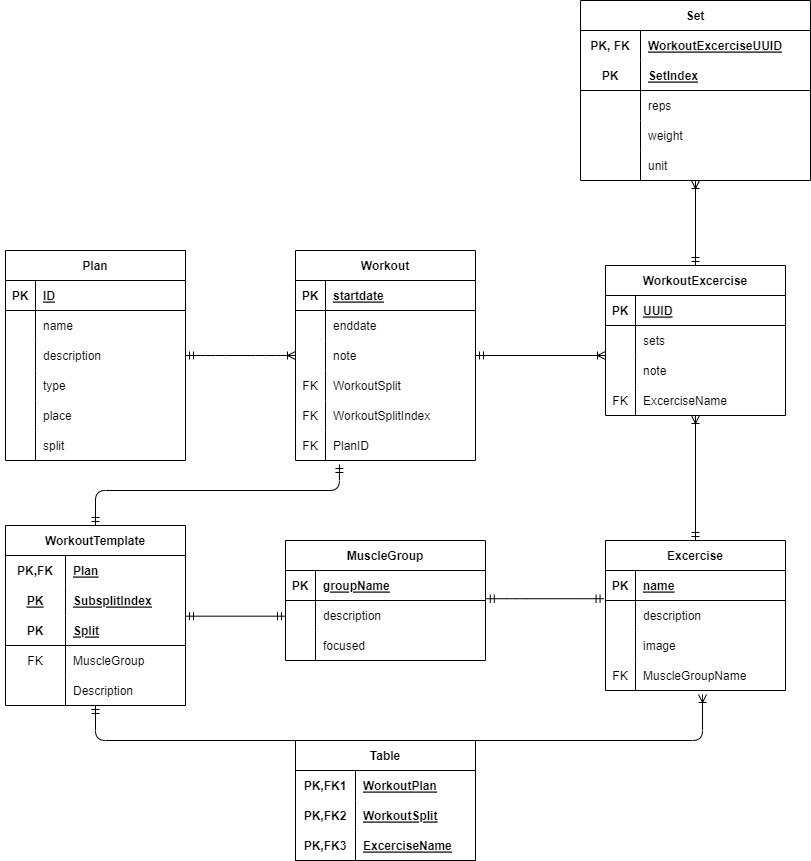
Before: documentation/erm.png, a diagram exported from draw.io (Patsch36/SweatFlix). Source tidied: cells renumbered, new cells last; positions are measured from the earlier drawing's top-left corner, leaving out a move shared by most shapes.
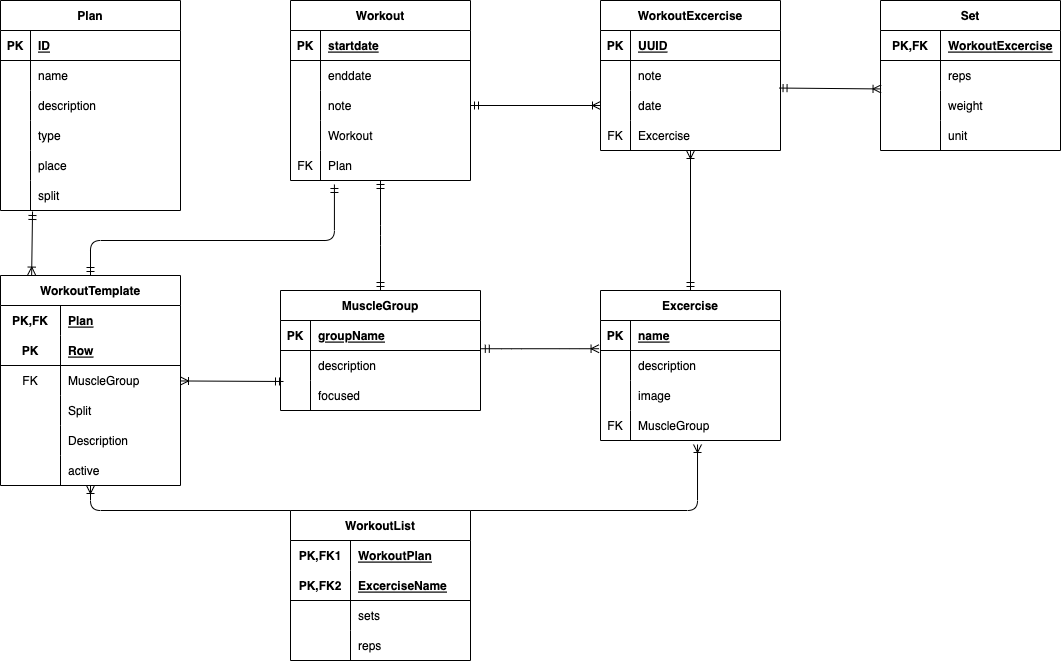
The same file after the commit.

Change to the diagram source:
```diff
@@ -5,3 +5,3 @@
     <mxCell id="2" style="shape=tableRow;horizontal=0;startSize=0;swimlaneHead=0;swimlaneBody=0;fillColor=none;top=0;left=0;right=0;bottom=0;" parent="1" vertex="1">
-      <mxGeometry y="220" width="180" as="geometry" />
+      <mxGeometry x="5" y="370" width="180" as="geometry" />
     </mxCell>
@@ -68,3 +68,3 @@
     <mxCell id="23" value="Workout" style="shape=table;startSize=30;rowLines=0;fontStyle=1;align=center;" parent="1" vertex="1">
-      <mxGeometry x="295" y="250" width="180" height="210" as="geometry" />
+      <mxGeometry x="295" y="250" width="180" height="180" as="geometry" />
     </mxCell>
@@ -100,19 +100,10 @@
     </mxCell>
-    <mxCell id="34" value="FK" style="shape=partialRectangle;fillColor=none;top=0;left=0;bottom=0;right=0;overflow=hidden;" parent="33" vertex="1">
+    <mxCell id="34" style="shape=partialRectangle;fillColor=none;top=0;left=0;bottom=0;right=0;overflow=hidden;" parent="33" vertex="1">
       <mxGeometry width="30" height="30" as="geometry" />
     </mxCell>
-    <mxCell id="35" value="WorkoutSplit" style="shape=partialRectangle;fillColor=none;top=0;left=0;bottom=0;right=0;align=left;spacingLeft=6;overflow=hidden;" parent="33" vertex="1">
+    <mxCell id="35" value="Workout" style="shape=partialRectangle;fillColor=none;top=0;left=0;bottom=0;right=0;align=left;spacingLeft=6;overflow=hidden;" parent="33" vertex="1">
       <mxGeometry x="30" width="150" height="30" as="geometry" />
     </mxCell>
-    <mxCell id="36" style="shape=tableRow;horizontal=0;startSize=0;swimlaneHead=0;swimlaneBody=0;fillColor=none;top=0;left=0;right=0;bottom=0;" parent="23" vertex="1">
-      <mxGeometry y="150" width="180" height="30" as="geometry" />
-    </mxCell>
-    <mxCell id="37" value="FK" style="shape=partialRectangle;fillColor=none;top=0;left=0;bottom=0;right=0;fontStyle=0;overflow=hidden;" parent="36" vertex="1">
-      <mxGeometry width="30" height="30" as="geometry" />
-    </mxCell>
-    <mxCell id="38" value="WorkoutSplitIndex" style="shape=partialRectangle;fillColor=none;top=0;left=0;bottom=0;right=0;align=left;spacingLeft=6;fontStyle=0;overflow=hidden;" parent="36" vertex="1">
-      <mxGeometry x="30" width="150" height="30" as="geometry" />
-    </mxCell>
     <mxCell id="39" style="shape=tableRow;horizontal=0;startSize=0;swimlaneHead=0;swimlaneBody=0;fillColor=none;points=[[0,0.5],[1,0.5]];portConstraint=eastwest;top=0;left=0;right=0;bottom=0;" parent="23" vertex="1">
-      <mxGeometry y="180" width="180" height="30" as="geometry" />
+      <mxGeometry y="150" width="180" height="30" as="geometry" />
     </mxCell>
@@ -121,9 +112,7 @@
     </mxCell>
-    <mxCell id="41" value="PlanID" style="shape=partialRectangle;fillColor=none;top=0;left=0;bottom=0;right=0;align=left;spacingLeft=6;overflow=hidden;" parent="39" vertex="1">
+    <mxCell id="41" value="Plan" style="shape=partialRectangle;fillColor=none;top=0;left=0;bottom=0;right=0;align=left;spacingLeft=6;overflow=hidden;" parent="39" vertex="1">
       <mxGeometry x="30" width="150" height="30" as="geometry" />
     </mxCell>
-    <mxCell id="42" style="edgeStyle=entityRelationEdgeStyle;fontSize=12;html=1;endArrow=ERoneToMany;exitX=1;exitY=0.5;exitDx=0;exitDy=0;entryX=0;entryY=0.5;entryDx=0;entryDy=0;startArrow=ERmandOne;startFill=0;" parent="1" edge="1" source="11">
-      <mxGeometry relative="1" as="geometry">
-        <mxPoint x="295" y="355" as="targetPoint" />
-      </mxGeometry>
+    <mxCell id="42" style="fontSize=12;html=1;endArrow=ERoneToMany;exitX=0.178;exitY=1.033;exitDx=0;exitDy=0;startArrow=ERmandOne;startFill=0;exitPerimeter=0;entryX=0.173;entryY=-0.002;entryDx=0;entryDy=0;entryPerimeter=0;" parent="1" edge="1" source="20" target="102">
+      <mxGeometry relative="1" as="geometry" />
     </mxCell>
@@ -159,2 +148,7 @@
     </mxCell>
+    <mxCell id="128" style="fontSize=12;html=1;endArrow=ERmandOne;startArrow=ERmandOne;exitX=0.5;exitY=0;exitDx=0;exitDy=0;elbow=vertical;edgeStyle=elbowEdgeStyle;" parent="1" edge="1" source="43">
+      <mxGeometry relative="1" as="geometry">
+        <mxPoint x="385" y="430" as="targetPoint" />
+      </mxGeometry>
+    </mxCell>
     <mxCell id="53" value="Excercise" style="shape=table;startSize=30;rowLines=0;fontStyle=1;align=center;" parent="1" vertex="1">
@@ -195,6 +189,6 @@
     </mxCell>
-    <mxCell id="65" value="MuscleGroupName" style="shape=partialRectangle;fillColor=none;top=0;left=0;bottom=0;right=0;align=left;spacingLeft=6;overflow=hidden;" parent="63" vertex="1">
+    <mxCell id="65" value="MuscleGroup" style="shape=partialRectangle;fillColor=none;top=0;left=0;bottom=0;right=0;align=left;spacingLeft=6;overflow=hidden;" parent="63" vertex="1">
       <mxGeometry x="30" width="150" height="30" as="geometry" />
     </mxCell>
-    <mxCell id="66" style="edgeStyle=entityRelationEdgeStyle;fontSize=12;html=1;endArrow=ERmandOne;startArrow=ERmandOne;elbow=vertical;exitX=1.004;exitY=-0.059;exitDx=0;exitDy=0;exitPerimeter=0;entryX=-0.008;entryY=0.941;entryDx=0;entryDy=0;entryPerimeter=0;" parent="1" edge="1" source="47" target="54">
+    <mxCell id="66" style="edgeStyle=entityRelationEdgeStyle;fontSize=12;html=1;endArrow=ERoneToMany;startArrow=ERmandOne;elbow=vertical;exitX=1.004;exitY=-0.059;exitDx=0;exitDy=0;exitPerimeter=0;entryX=-0.008;entryY=0.941;entryDx=0;entryDy=0;entryPerimeter=0;endFill=0;" parent="1" edge="1" source="47" target="54">
       <mxGeometry relative="1" as="geometry" />
@@ -205,3 +199,3 @@
     <mxCell id="68" value="WorkoutExcercise" style="shape=table;startSize=30;rowLines=0;fontStyle=1;align=center;" parent="1" vertex="1">
-      <mxGeometry x="605" y="265" width="180" height="150" as="geometry" />
+      <mxGeometry x="605" y="250" width="180" height="150" as="geometry" />
     </mxCell>
@@ -216,13 +210,4 @@
     </mxCell>
-    <mxCell id="72" style="shape=tableRow;horizontal=0;startSize=0;swimlaneHead=0;swimlaneBody=0;fillColor=none;top=0;left=0;right=0;bottom=0;" parent="68" vertex="1">
-      <mxGeometry y="60" width="180" height="30" as="geometry" />
-    </mxCell>
-    <mxCell id="73" style="shape=partialRectangle;fillColor=none;top=0;left=0;bottom=0;right=0;overflow=hidden;" parent="72" vertex="1">
-      <mxGeometry width="30" height="30" as="geometry" />
-    </mxCell>
-    <mxCell id="74" value="sets" style="shape=partialRectangle;fillColor=none;top=0;left=0;bottom=0;right=0;align=left;spacingLeft=6;overflow=hidden;" parent="72" vertex="1">
-      <mxGeometry x="30" width="150" height="30" as="geometry" />
-    </mxCell>
     <mxCell id="75" style="shape=tableRow;horizontal=0;startSize=0;swimlaneHead=0;swimlaneBody=0;fillColor=none;top=0;left=0;right=0;bottom=0;" parent="68" vertex="1">
-      <mxGeometry y="90" width="180" height="30" as="geometry" />
+      <mxGeometry y="60" width="180" height="30" as="geometry" />
     </mxCell>
@@ -234,2 +219,11 @@
     </mxCell>
+    <mxCell id="129" style="shape=tableRow;horizontal=0;startSize=0;swimlaneHead=0;swimlaneBody=0;fillColor=none;top=0;left=0;right=0;bottom=0;" parent="68" vertex="1">
+      <mxGeometry y="90" width="180" height="30" as="geometry" />
+    </mxCell>
+    <mxCell id="73" style="shape=partialRectangle;fillColor=none;top=0;left=0;bottom=0;right=0;overflow=hidden;" parent="129" vertex="1">
+      <mxGeometry width="30" height="30" as="geometry" />
+    </mxCell>
+    <mxCell id="130" value="date" style="shape=partialRectangle;fillColor=none;top=0;left=0;bottom=0;right=0;align=left;spacingLeft=6;overflow=hidden;" parent="129" vertex="1">
+      <mxGeometry x="30" width="150" height="30" as="geometry" />
+    </mxCell>
     <mxCell id="78" style="shape=tableRow;horizontal=0;startSize=0;swimlaneHead=0;swimlaneBody=0;fillColor=none;top=0;left=0;right=0;bottom=0;" parent="68" vertex="1">
@@ -240,3 +234,3 @@
     </mxCell>
-    <mxCell id="80" value="ExcerciseName" style="shape=partialRectangle;fillColor=none;top=0;left=0;bottom=0;right=0;align=left;spacingLeft=6;overflow=hidden;" parent="78" vertex="1">
+    <mxCell id="80" value="Excercise" style="shape=partialRectangle;fillColor=none;top=0;left=0;bottom=0;right=0;align=left;spacingLeft=6;overflow=hidden;" parent="78" vertex="1">
       <mxGeometry x="30" width="150" height="30" as="geometry" />
@@ -249,24 +243,15 @@
     <mxCell id="82" value="Set" style="shape=table;startSize=30;rowLines=0;fontStyle=1;align=center;" parent="1" vertex="1">
-      <mxGeometry x="580" width="230" height="180" as="geometry" />
+      <mxGeometry x="885" y="250" width="180" height="150" as="geometry" />
     </mxCell>
-    <mxCell id="83" style="shape=tableRow;horizontal=0;startSize=0;swimlaneHead=0;swimlaneBody=0;fillColor=none;top=0;left=0;right=0;bottom=0;" parent="82" vertex="1">
-      <mxGeometry y="30" width="230" height="30" as="geometry" />
-    </mxCell>
-    <mxCell id="84" value="PK, FK" style="shape=partialRectangle;fillColor=none;top=0;left=0;bottom=0;right=0;fontStyle=1;overflow=hidden;" parent="83" vertex="1">
-      <mxGeometry width="60" height="30" as="geometry" />
-    </mxCell>
-    <mxCell id="85" value="WorkoutExcerciseUUID" style="shape=partialRectangle;fillColor=none;top=0;left=0;bottom=0;right=0;align=left;spacingLeft=6;fontStyle=5;overflow=hidden;" parent="83" vertex="1">
-      <mxGeometry x="60" width="170" height="30" as="geometry" />
-    </mxCell>
     <mxCell id="86" style="shape=tableRow;horizontal=0;startSize=0;swimlaneHead=0;swimlaneBody=0;fillColor=none;top=0;left=0;right=0;bottom=1;" parent="82" vertex="1">
-      <mxGeometry y="60" width="230" height="30" as="geometry" />
+      <mxGeometry y="30" width="180" height="30" as="geometry" />
     </mxCell>
-    <mxCell id="87" value="PK" style="shape=partialRectangle;fillColor=none;top=0;left=0;bottom=0;right=0;fontStyle=1;overflow=hidden;" parent="86" vertex="1">
+    <mxCell id="87" value="PK,FK" style="shape=partialRectangle;fillColor=none;top=0;left=0;bottom=0;right=0;fontStyle=1;overflow=hidden;" parent="86" vertex="1">
       <mxGeometry width="60" height="30" as="geometry" />
     </mxCell>
-    <mxCell id="88" value="SetIndex" style="shape=partialRectangle;fillColor=none;top=0;left=0;bottom=0;right=0;align=left;spacingLeft=6;fontStyle=5;overflow=hidden;" parent="86" vertex="1">
-      <mxGeometry x="60" width="170" height="30" as="geometry" />
+    <mxCell id="88" value="WorkoutExcercise" style="shape=partialRectangle;fillColor=none;top=0;left=0;bottom=0;right=0;align=left;spacingLeft=6;fontStyle=5;overflow=hidden;" parent="86" vertex="1">
+      <mxGeometry x="60" width="120" height="30" as="geometry" />
     </mxCell>
     <mxCell id="89" style="shape=tableRow;horizontal=0;startSize=0;swimlaneHead=0;swimlaneBody=0;fillColor=none;top=0;left=0;right=0;bottom=0;" parent="82" vertex="1">
-      <mxGeometry y="90" width="230" height="30" as="geometry" />
+      <mxGeometry y="60" width="180" height="30" as="geometry" />
     </mxCell>
@@ -276,6 +261,6 @@
     <mxCell id="91" value="reps" style="shape=partialRectangle;fillColor=none;top=0;left=0;bottom=0;right=0;align=left;spacingLeft=6;overflow=hidden;" parent="89" vertex="1">
-      <mxGeometry x="60" width="170" height="30" as="geometry" />
+      <mxGeometry x="60" width="120" height="30" as="geometry" />
     </mxCell>
     <mxCell id="92" style="shape=tableRow;horizontal=0;startSize=0;swimlaneHead=0;swimlaneBody=0;fillColor=none;points=[[0,0.5],[1,0.5]];portConstraint=eastwest;top=0;left=0;right=0;bottom=0;" parent="82" vertex="1">
-      <mxGeometry y="120" width="230" height="30" as="geometry" />
+      <mxGeometry y="90" width="180" height="30" as="geometry" />
     </mxCell>
@@ -285,6 +270,6 @@
     <mxCell id="94" value="weight" style="shape=partialRectangle;fillColor=none;top=0;left=0;bottom=0;right=0;align=left;spacingLeft=6;overflow=hidden;" parent="92" vertex="1">
-      <mxGeometry x="60" width="170" height="30" as="geometry" />
+      <mxGeometry x="60" width="120" height="30" as="geometry" />
     </mxCell>
     <mxCell id="95" style="shape=tableRow;horizontal=0;startSize=0;swimlaneHead=0;swimlaneBody=0;fillColor=none;top=0;left=0;right=0;bottom=0;" parent="82" vertex="1">
-      <mxGeometry y="150" width="230" height="30" as="geometry" />
+      <mxGeometry y="120" width="180" height="30" as="geometry" />
     </mxCell>
@@ -294,13 +279,13 @@
     <mxCell id="97" value="unit" style="shape=partialRectangle;fillColor=none;top=0;left=0;bottom=0;right=0;align=left;spacingLeft=6;overflow=hidden;" parent="95" vertex="1">
-      <mxGeometry x="60" width="170" height="30" as="geometry" />
+      <mxGeometry x="60" width="120" height="30" as="geometry" />
     </mxCell>
-    <mxCell id="98" style="edgeStyle=none;html=1;startArrow=ERmandOne;startFill=0;endArrow=ERoneToMany;endFill=0;exitX=0.5;exitY=0;exitDx=0;exitDy=0;" parent="1" edge="1" source="68">
+    <mxCell id="98" style="edgeStyle=none;html=1;entryX=0.003;entryY=-0.052;entryDx=0;entryDy=0;startArrow=ERmandOne;startFill=0;endArrow=ERoneToMany;endFill=0;exitX=0.992;exitY=0.918;exitDx=0;exitDy=0;entryPerimeter=0;exitPerimeter=0;" parent="1" edge="1" target="92">
       <mxGeometry relative="1" as="geometry">
-        <mxPoint x="695" y="180" as="targetPoint" />
+        <mxPoint x="783.6" y="337.5" as="sourcePoint" />
       </mxGeometry>
     </mxCell>
-    <mxCell id="99" style="edgeStyle=elbowEdgeStyle;elbow=vertical;html=1;entryX=0.539;entryY=1.133;entryDx=0;entryDy=0;entryPerimeter=0;startArrow=ERmandOne;startFill=0;endArrow=ERoneToMany;endFill=0;" parent="1" edge="1" source="102" target="63">
+    <mxCell id="99" style="edgeStyle=elbowEdgeStyle;elbow=vertical;html=1;entryX=0.539;entryY=1.133;entryDx=0;entryDy=0;entryPerimeter=0;startArrow=ERoneToMany;startFill=0;endArrow=ERoneToMany;endFill=0;" parent="1" edge="1" source="102" target="63">
       <mxGeometry relative="1" as="geometry">
         <Array as="points">
-          <mxPoint x="395" y="740" />
+          <mxPoint x="395" y="760" />
         </Array>
@@ -315,7 +300,7 @@
     </mxCell>
-    <mxCell id="101" style="edgeStyle=elbowEdgeStyle;elbow=vertical;html=1;entryX=0;entryY=0.5;entryDx=0;entryDy=0;startArrow=ERmandOne;startFill=0;endArrow=ERmandOne;endFill=0;" parent="1" edge="1" source="102" target="47">
-      <mxGeometry relative="1" as="geometry" />
-    </mxCell>
+    <mxCell id="131" style="edgeStyle=none;html=1;entryX=0.015;entryY=0.033;entryDx=0;entryDy=0;entryPerimeter=0;startArrow=ERoneToMany;startFill=0;endArrow=ERmandOne;endFill=0;" parent="1" edge="1" source="102" target="50">
+      <mxGeometry relative="1" as="geometry" />
+    </mxCell>
     <mxCell id="102" value="WorkoutTemplate" style="shape=table;startSize=30;rowLines=0;fontStyle=1;align=center;" parent="1" vertex="1">
-      <mxGeometry x="5" y="525" width="180" height="180" as="geometry" />
+      <mxGeometry x="5" y="525" width="180" height="210" as="geometry" />
     </mxCell>
@@ -330,13 +315,4 @@
     </mxCell>
-    <mxCell id="106" style="shape=tableRow;horizontal=0;startSize=0;swimlaneHead=0;swimlaneBody=0;fillColor=none;top=0;left=0;right=0;bottom=0;" parent="102" vertex="1">
-      <mxGeometry y="60" width="180" height="30" as="geometry" />
-    </mxCell>
-    <mxCell id="107" value="PK" style="shape=partialRectangle;fillColor=none;top=0;left=0;bottom=0;right=0;overflow=hidden;fontStyle=5;" parent="106" vertex="1">
-      <mxGeometry width="60" height="30" as="geometry" />
-    </mxCell>
-    <mxCell id="108" value="SubsplitIndex" style="shape=partialRectangle;fillColor=none;top=0;left=0;bottom=0;right=0;align=left;spacingLeft=6;overflow=hidden;fontStyle=5;" parent="106" vertex="1">
-      <mxGeometry x="60" width="120" height="30" as="geometry" />
-    </mxCell>
     <mxCell id="109" style="shape=tableRow;horizontal=0;startSize=0;swimlaneHead=0;swimlaneBody=0;fillColor=none;top=0;left=0;right=0;bottom=1;" parent="102" vertex="1">
-      <mxGeometry y="90" width="180" height="30" as="geometry" />
+      <mxGeometry y="60" width="180" height="30" as="geometry" />
     </mxCell>
@@ -345,3 +321,3 @@
     </mxCell>
-    <mxCell id="111" value="Split" style="shape=partialRectangle;fillColor=none;top=0;left=0;bottom=0;right=0;align=left;spacingLeft=6;fontStyle=5;overflow=hidden;" parent="109" vertex="1">
+    <mxCell id="111" value="Row" style="shape=partialRectangle;fillColor=none;top=0;left=0;bottom=0;right=0;align=left;spacingLeft=6;fontStyle=5;overflow=hidden;" parent="109" vertex="1">
       <mxGeometry x="60" width="120" height="30" as="geometry" />
@@ -349,3 +325,3 @@
     <mxCell id="112" style="shape=tableRow;horizontal=0;startSize=0;swimlaneHead=0;swimlaneBody=0;fillColor=none;top=0;left=0;right=0;bottom=0;" parent="102" vertex="1">
-      <mxGeometry y="120" width="180" height="30" as="geometry" />
+      <mxGeometry y="90" width="180" height="30" as="geometry" />
     </mxCell>
@@ -357,2 +333,11 @@
     </mxCell>
+    <mxCell id="132" style="shape=tableRow;horizontal=0;startSize=0;swimlaneHead=0;swimlaneBody=0;fillColor=none;top=0;left=0;right=0;bottom=0;" parent="102" vertex="1">
+      <mxGeometry y="120" width="180" height="30" as="geometry" />
+    </mxCell>
+    <mxCell id="133" style="shape=partialRectangle;fillColor=none;top=0;left=0;bottom=0;right=0;overflow=hidden;" parent="132" vertex="1">
+      <mxGeometry width="60" height="30" as="geometry" />
+    </mxCell>
+    <mxCell id="134" value="Split" style="shape=partialRectangle;fillColor=none;top=0;left=0;bottom=0;right=0;align=left;spacingLeft=6;overflow=hidden;" parent="132" vertex="1">
+      <mxGeometry x="60" width="120" height="30" as="geometry" />
+    </mxCell>
     <mxCell id="115" style="shape=tableRow;horizontal=0;startSize=0;swimlaneHead=0;swimlaneBody=0;fillColor=none;top=0;left=0;right=0;bottom=0;" parent="102" vertex="1">
@@ -366,4 +351,13 @@
     </mxCell>
+    <mxCell id="135" style="shape=tableRow;horizontal=0;startSize=0;swimlaneHead=0;swimlaneBody=0;fillColor=none;top=0;left=0;right=0;bottom=0;" parent="102" vertex="1">
+      <mxGeometry y="180" width="180" height="30" as="geometry" />
+    </mxCell>
+    <mxCell id="136" style="shape=partialRectangle;fillColor=none;top=0;left=0;bottom=0;right=0;overflow=hidden;" parent="135" vertex="1">
+      <mxGeometry width="60" height="30" as="geometry" />
+    </mxCell>
+    <mxCell id="137" value="active" style="shape=partialRectangle;fillColor=none;top=0;left=0;bottom=0;right=0;align=left;spacingLeft=6;overflow=hidden;" parent="135" vertex="1">
+      <mxGeometry x="60" width="120" height="30" as="geometry" />
+    </mxCell>
-    <mxCell id="118" value="Table" style="shape=table;startSize=30;rowLines=0;fontStyle=1;align=center;" parent="1" vertex="1">
-      <mxGeometry x="295" y="740" width="180" height="120" as="geometry" />
+    <mxCell id="118" value="WorkoutList" style="shape=table;startSize=30;rowLines=0;fontStyle=1;align=center;" parent="1" vertex="1">
+      <mxGeometry x="295" y="760" width="180" height="150" as="geometry" />
     </mxCell>
@@ -378,15 +372,6 @@
     </mxCell>
-    <mxCell id="122" style="shape=tableRow;horizontal=0;startSize=0;swimlaneHead=0;swimlaneBody=0;fillColor=none;top=0;left=0;right=0;bottom=0;" parent="118" vertex="1">
-      <mxGeometry y="60" width="180" height="30" as="geometry" />
-    </mxCell>
-    <mxCell id="123" value="PK,FK2" style="shape=partialRectangle;fillColor=none;top=0;left=0;bottom=0;right=0;overflow=hidden;fontStyle=1;" parent="122" vertex="1">
-      <mxGeometry width="60" height="30" as="geometry" />
-    </mxCell>
-    <mxCell id="124" value="WorkoutSplit" style="shape=partialRectangle;fillColor=none;top=0;left=0;bottom=0;right=0;align=left;spacingLeft=6;overflow=hidden;fontStyle=5;" parent="122" vertex="1">
-      <mxGeometry x="60" width="120" height="30" as="geometry" />
-    </mxCell>
     <mxCell id="125" style="shape=tableRow;horizontal=0;startSize=0;swimlaneHead=0;swimlaneBody=0;fillColor=none;top=0;left=0;right=0;bottom=1;" parent="118" vertex="1">
-      <mxGeometry y="90" width="180" height="30" as="geometry" />
+      <mxGeometry y="60" width="180" height="30" as="geometry" />
     </mxCell>
-    <mxCell id="126" value="PK,FK3" style="shape=partialRectangle;fillColor=none;top=0;left=0;bottom=0;right=0;fontStyle=1;overflow=hidden;" parent="125" vertex="1">
+    <mxCell id="126" value="PK,FK2" style="shape=partialRectangle;fillColor=none;top=0;left=0;bottom=0;right=0;fontStyle=1;overflow=hidden;" parent="125" vertex="1">
       <mxGeometry width="60" height="30" as="geometry" />
@@ -396,2 +381,20 @@
     </mxCell>
+    <mxCell id="138" style="shape=tableRow;horizontal=0;startSize=0;swimlaneHead=0;swimlaneBody=0;fillColor=none;top=0;left=0;right=0;bottom=0;" parent="118" vertex="1">
+      <mxGeometry y="90" width="180" height="30" as="geometry" />
+    </mxCell>
+    <mxCell id="139" style="shape=partialRectangle;fillColor=none;top=0;left=0;bottom=0;right=0;overflow=hidden;" parent="138" vertex="1">
+      <mxGeometry width="60" height="30" as="geometry" />
+    </mxCell>
+    <mxCell id="74" value="sets" style="shape=partialRectangle;fillColor=none;top=0;left=0;bottom=0;right=0;align=left;spacingLeft=6;overflow=hidden;" parent="138" vertex="1">
+      <mxGeometry x="60" width="120" height="30" as="geometry" />
+    </mxCell>
+    <mxCell id="140" style="shape=tableRow;horizontal=0;startSize=0;swimlaneHead=0;swimlaneBody=0;fillColor=none;top=0;left=0;right=0;bottom=0;" parent="118" vertex="1">
+      <mxGeometry y="120" width="180" height="30" as="geometry" />
+    </mxCell>
+    <mxCell id="141" style="shape=partialRectangle;fillColor=none;top=0;left=0;bottom=0;right=0;overflow=hidden;" parent="140" vertex="1">
+      <mxGeometry width="60" height="30" as="geometry" />
+    </mxCell>
+    <mxCell id="142" value="reps" style="shape=partialRectangle;fillColor=none;top=0;left=0;bottom=0;right=0;align=left;spacingLeft=6;overflow=hidden;" parent="140" vertex="1">
+      <mxGeometry x="60" width="120" height="30" as="geometry" />
+    </mxCell>
   </root>
```
